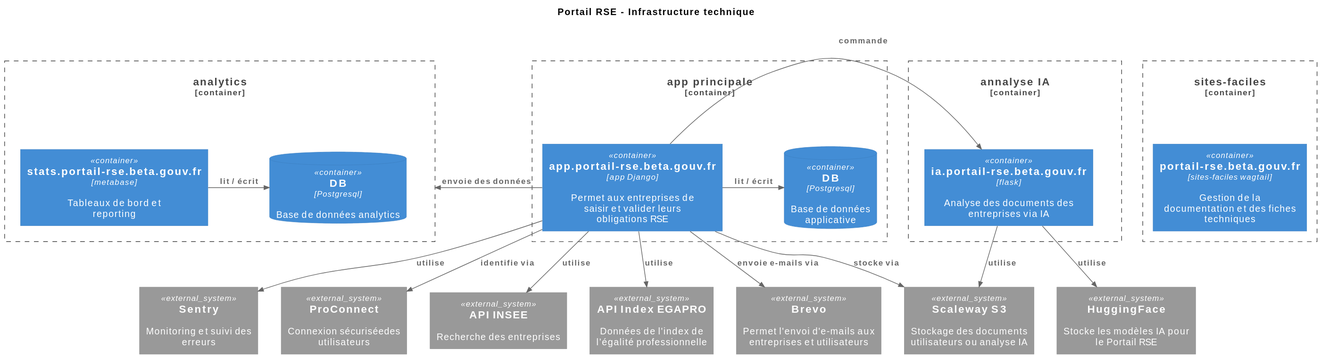
The PlantUML diagram doc/overview.svg in betagouv/portail-rse, before a commit. Source of this version:
```plantuml
@startuml
!include https://raw.githubusercontent.com/plantuml-stdlib/C4-PlantUML/master/C4_Component.puml

title Portail RSE - Infrastructure technique

Container_Boundary(mb, "analytics") {
    Container(mbapp, "stats.portail-rse.beta.gouv.fr", "metabase", "Tableaux de bord et reporting")
    ContainerDb(db2, "DB", "Postgresql", "Base de données analytics")
    Rel_R(mbapp,db2, "lit / écrit")
}

Container_Boundary(app, "app principale") {
        Container(django, "app.portail-rse.beta.gouv.fr", "app Django", "Permet aux entreprises de saisir et valider leurs obligations RSE")
        ContainerDb(db1, "DB", "Postgresql", "Base de données applicative")
        Rel_R(django,db1, "lit / écrit")
}

Rel_L(django ,mb, "envoie des données")

Container_Boundary(ia, "annalyse IA") {
    Container(ia_app, "ia.portail-rse.beta.gouv.fr", "flask", "Analyse des documents des entreprises via IA")
}

Rel(django, ia_app, "commande")
Lay_L(django, ia)

Container_Boundary(sf, "sites-faciles") {
    Container(sfapp, "portail-rse.beta.gouv.fr", "sites-faciles wagtail", "Gestion de la documentation et des fiches techniques")
}

System_Ext(api1, "API INSEE", "Recherche des entreprises")
Rel(django, api1, "utilise")

System_Ext(api2, "API Index EGAPRO", "Données de l'index de l’égalité professionnelle")
Rel(django, api2, "utilise")

System_Ext(api3, "Sentry", "Monitoring et suivi des erreurs")
Rel(django, api3, "utilise")

System_Ext(pc, "ProConnect", "Connexion sécuriséedes utilisateurs")
Rel(django, pc, "identifie via")

System_Ext(sw, "Scaleway S3", "Stockage des documents utilisateurs ou analyse IA")
Rel(django, sw, "stocke via")
Rel(ia_app, sw, "utilise")

System_Ext(brevo, "Brevo", "Permet l'envoi d'e-mails aux entreprises et utilisateurs")
Rel(django, brevo, "envoie e-mails via")

System_Ext(hf, "HuggingFace", "Stocke les modèles IA pour le Portail RSE")
Rel(ia_app, hf, "utilise")
@enduml
```
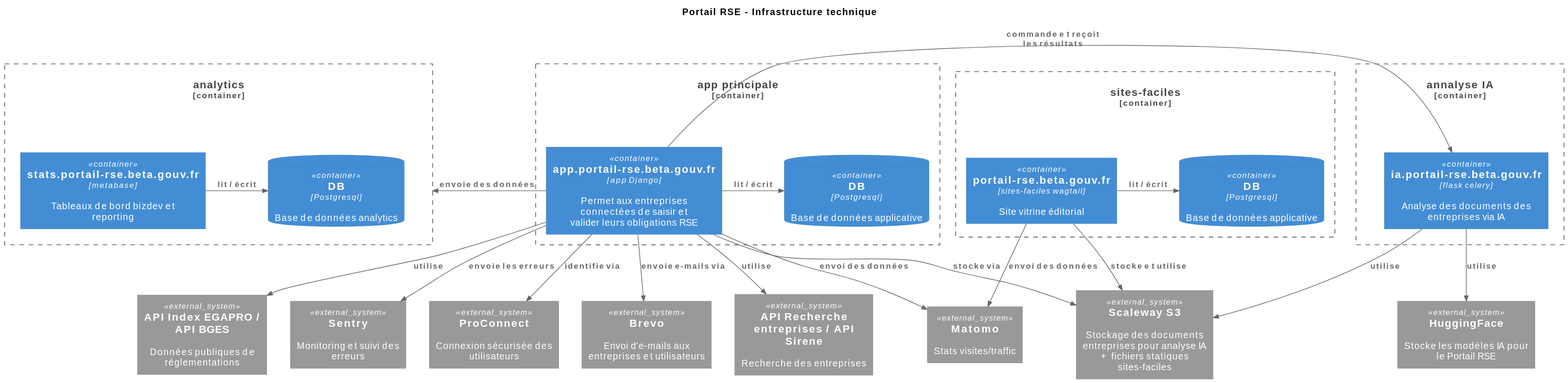
The same diagram one commit later.

Commit message:
docs: complète le diagramme overview

What changed in the source:
```diff
@@ -4,49 +4,56 @@
 title Portail RSE - Infrastructure technique
 
 Container_Boundary(mb, "analytics") {
-    Container(mbapp, "stats.portail-rse.beta.gouv.fr", "metabase", "Tableaux de bord et reporting")
+    Container(mbapp, "stats.portail-rse.beta.gouv.fr", "metabase", "Tableaux de bord bizdev et reporting")
     ContainerDb(db2, "DB", "Postgresql", "Base de données analytics")
     Rel_R(mbapp,db2, "lit / écrit")
 }
 
 Container_Boundary(app, "app principale") {
-        Container(django, "app.portail-rse.beta.gouv.fr", "app Django", "Permet aux entreprises de saisir et valider leurs obligations RSE")
-        ContainerDb(db1, "DB", "Postgresql", "Base de données applicative")
-        Rel_R(django,db1, "lit / écrit")
+    Container(django, "app.portail-rse.beta.gouv.fr", "app Django", "Permet aux entreprises connectées de saisir et valider leurs obligations RSE")
+    ContainerDb(db1, "DB", "Postgresql", "Base de données applicative")
+    Rel_R(django, db1, "lit / écrit")
 }
 
 Rel_L(django ,mb, "envoie des données")
 
 Container_Boundary(ia, "annalyse IA") {
-    Container(ia_app, "ia.portail-rse.beta.gouv.fr", "flask", "Analyse des documents des entreprises via IA")
+    Container(ia_app, "ia.portail-rse.beta.gouv.fr", "flask celery", "Analyse des documents des entreprises via IA")
 }
 
-Rel(django, ia_app, "commande")
+Rel(django, ia_app, "commande et reçoit les résultats")
 Lay_L(django, ia)
 
 Container_Boundary(sf, "sites-faciles") {
-    Container(sfapp, "portail-rse.beta.gouv.fr", "sites-faciles wagtail", "Gestion de la documentation et des fiches techniques")
+    Container(sfapp, "portail-rse.beta.gouv.fr", "sites-faciles wagtail", "Site vitrine éditorial")
+    ContainerDb(sfdb, "DB", "Postgresql", "Base de données applicative")
+    Rel_R(sfapp, sfdb, "lit / écrit")
 }
 
-System_Ext(api1, "API INSEE", "Recherche des entreprises")
+System_Ext(api1, "API Recherche entreprises / API Sirene", "Recherche des entreprises")
 Rel(django, api1, "utilise")
 
-System_Ext(api2, "API Index EGAPRO", "Données de l'index de l’égalité professionnelle")
+System_Ext(api2, "API Index EGAPRO / API BGES", "Données publiques de réglementations")
 Rel(django, api2, "utilise")
 
 System_Ext(api3, "Sentry", "Monitoring et suivi des erreurs")
-Rel(django, api3, "utilise")
+Rel(django, api3, "envoie les erreurs")
 
-System_Ext(pc, "ProConnect", "Connexion sécuriséedes utilisateurs")
+System_Ext(pc, "ProConnect", "Connexion sécurisée des utilisateurs")
 Rel(django, pc, "identifie via")
 
-System_Ext(sw, "Scaleway S3", "Stockage des documents utilisateurs ou analyse IA")
+System_Ext(sw, "Scaleway S3", "Stockage des documents entreprises pour analyse IA + fichiers statiques sites-faciles")
 Rel(django, sw, "stocke via")
 Rel(ia_app, sw, "utilise")
+Rel(sfapp, sw, "stocke et utilise")
 
-System_Ext(brevo, "Brevo", "Permet l'envoi d'e-mails aux entreprises et utilisateurs")
+System_Ext(brevo, "Brevo", "Envoi d'e-mails aux entreprises et utilisateurs")
 Rel(django, brevo, "envoie e-mails via")
 
 System_Ext(hf, "HuggingFace", "Stocke les modèles IA pour le Portail RSE")
 Rel(ia_app, hf, "utilise")
+
+System_Ext(matomo, "Matomo", "Stats visites/traffic")
+Rel(django, matomo, "envoi des données")
+Rel(sfapp, matomo, "envoi des données")
 @enduml
```
